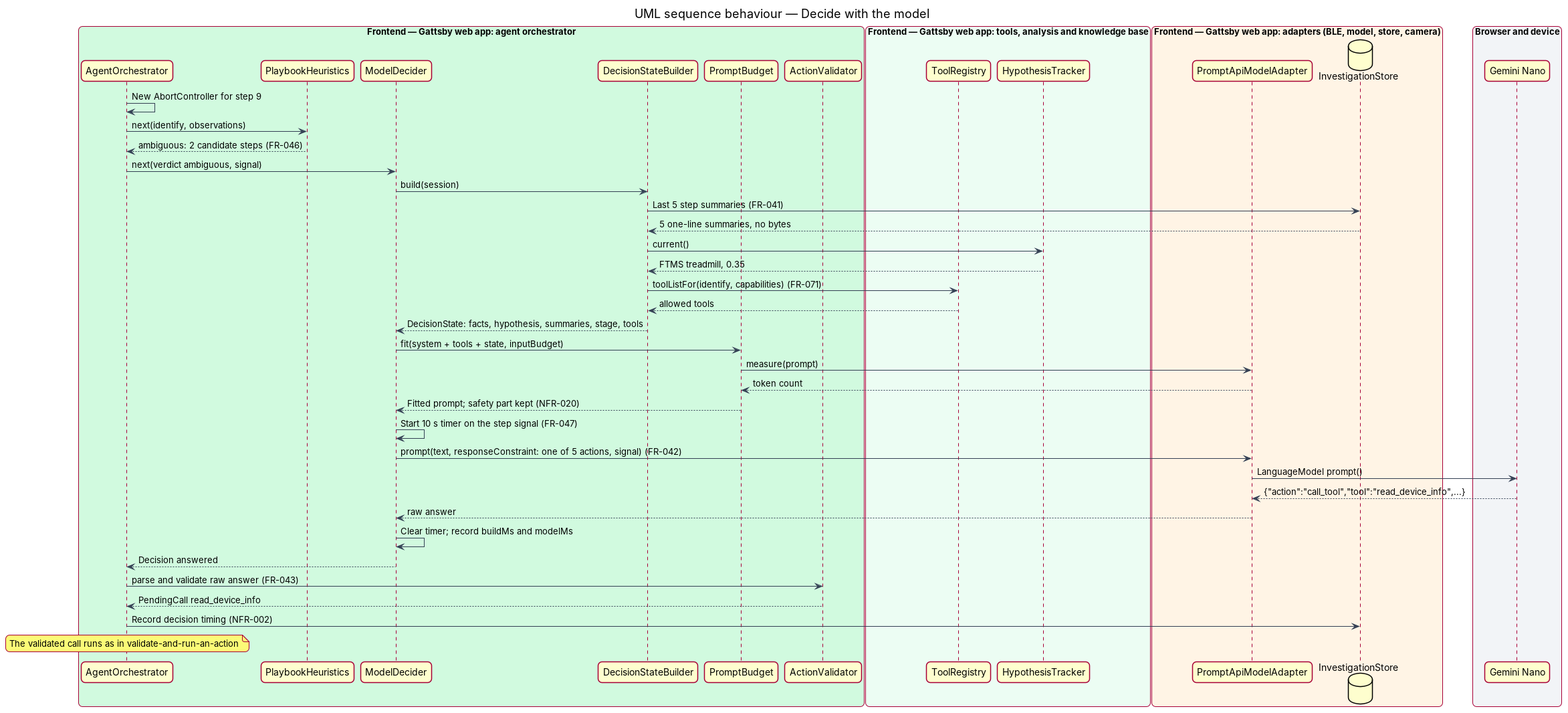
This is docs/detailed-designs/agent/decide-the-next-action/diagrams/sequence-decide-with-the-model.png from QuinntyneBrown/gattsby, a PlantUML export, as it was before one commit. Its source is kept beside it as docs/detailed-designs/agent/decide-the-next-action/diagrams/sequence-decide-with-the-model.puml. Source of this version:
```plantuml
@startuml
title UML sequence behaviour — Decide with the model
skinparam backgroundColor #FFFFFF
skinparam shadowing false
skinparam roundcorner 12
skinparam defaultFontName Arial
skinparam ArrowColor #344054
skinparam rectangle {
  BorderColor #344054
  FontColor #101828
}
skinparam package {
  BorderColor #667085
  FontColor #101828
  BackgroundColor #F9FAFB
}
box "Frontend — Gattsby web app: agent orchestrator" #D1FADF
  participant "AgentOrchestrator" as orch
  participant "PlaybookHeuristics" as heur
  participant "ModelDecider" as decider
  participant "DecisionStateBuilder" as builder
  participant "PromptBudget" as budget
  participant "ActionValidator" as validator
end box
box "Frontend — Gattsby web app: tools, analysis and knowledge base" #ECFDF3
  participant "ToolRegistry" as registry
  participant "HypothesisTracker" as hypo
end box
box "Frontend — Gattsby web app: adapters (BLE, model, store, camera)" #FFF4E5
  participant "PromptApiModelAdapter" as model
  database "InvestigationStore" as store
end box
box "Browser and device" #F2F4F7
  participant "Gemini Nano" as nano
end box

orch -> orch : New AbortController for step 9
orch -> heur : next(identify, observations)
heur --> orch : ambiguous: 2 candidate steps (FR-046)
orch -> decider : next(verdict ambiguous, signal)
decider -> builder : build(session)
builder -> store : Last 5 step summaries (FR-041)
store --> builder : 5 one-line summaries, no bytes
builder -> hypo : current()
hypo --> builder : FTMS treadmill, 0.35
builder -> registry : toolListFor(identify, capabilities) (FR-071)
registry --> builder : allowed tools
builder --> decider : DecisionState: facts, hypothesis, summaries, stage, tools
decider -> budget : fit(system + tools + state, inputBudget)
budget -> model : measure(prompt)
model --> budget : token count
budget --> decider : Fitted prompt; safety part kept (NFR-020)
decider -> decider : Start 10 s timer on the step signal (FR-047)
decider -> model : prompt(text, responseConstraint: one of 5 actions, signal) (FR-042)
model -> nano : LanguageModel prompt()
nano --> model : {"action":"call_tool","tool":"read_device_info",...}
model --> decider : raw answer
decider -> decider : Clear timer; record buildMs and modelMs
decider --> orch : Decision answered
orch -> validator : parse and validate raw answer (FR-043)
validator --> orch : PendingCall read_device_info
orch -> store : Record decision timing (NFR-002)
note over orch : The validated call runs as in validate-and-run-an-action
@enduml
```
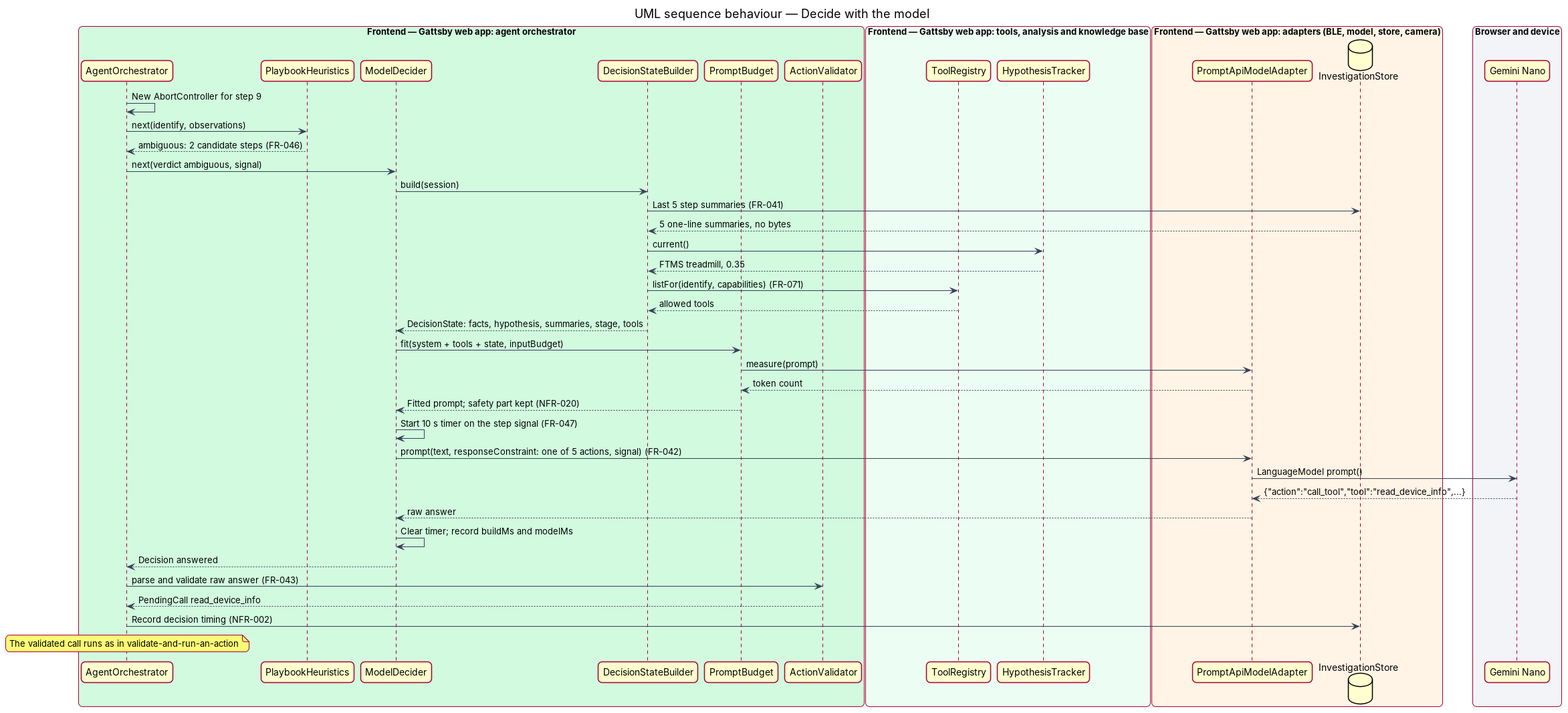
The same file after the commit.

Diff of the diagram source:
```diff
@@ -43,7 +43,7 @@
 store --> builder : 5 one-line summaries, no bytes
 builder -> hypo : current()
 hypo --> builder : FTMS treadmill, 0.35
-builder -> registry : toolListFor(identify, capabilities) (FR-071)
+builder -> registry : listFor(identify, capabilities) (FR-071)
 registry --> builder : allowed tools
 builder --> decider : DecisionState: facts, hypothesis, summaries, stage, tools
 decider -> budget : fit(system + tools + state, inputBudget)
```
